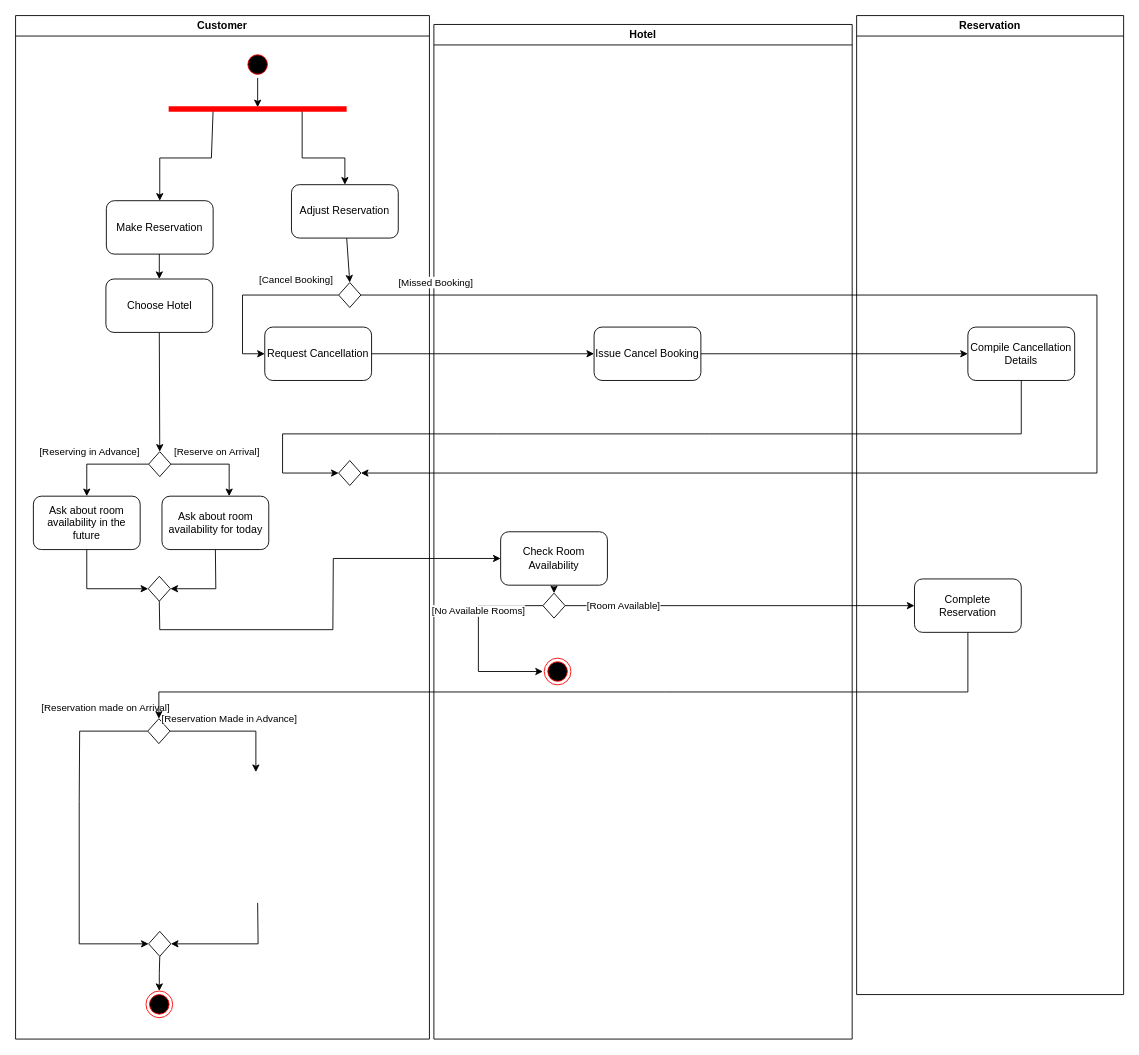
The draw.io diagram week1/Assing2 Hotel Activity Diagram.drawio in Darren-ODonnell/BusinessModellingDiagrams, before the edit. Source tidied: cells renumbered, new cells numbered last; positions are measured from the earlier drawing's top-left corner, leaving out a move shared by most shapes. Both pictures are drawn from the tidied source at 89%, with x=0, y=0 at pixel (15, 15).
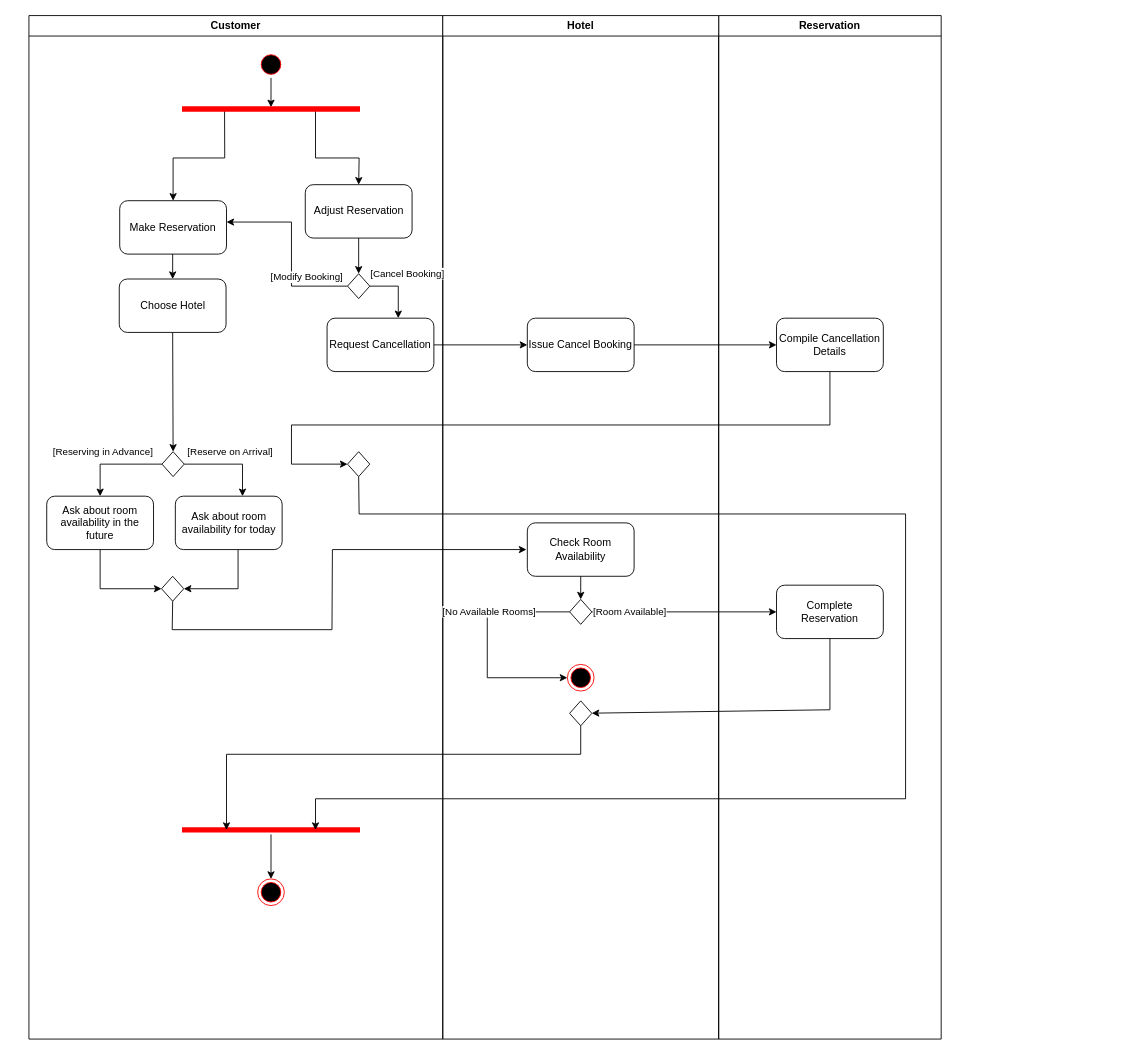
Above is the later version.

Unchanged cells that the change refers to:
```xml
<mxCell id="7" value="Ask about room availability for today" style="rounded=1;whiteSpace=wrap;html=1;" parent="2" vertex="1">
  <mxGeometry x="164.5" y="540" width="120" height="60" as="geometry" />
</mxCell>
<mxCell id="17" style="rhombus;whiteSpace=wrap;html=1;" parent="2" vertex="1">
  <mxGeometry x="149" y="630" width="25" height="28" as="geometry" />
</mxCell>
<mxCell id="25" style="shape=line;html=1;strokeWidth=6;strokeColor=#ff0000;" parent="2" vertex="1">
  <mxGeometry x="172" y="100" width="200" height="10" as="geometry" />
</mxCell>
<mxCell id="26" value="Make Reservation" style="rounded=1;whiteSpace=wrap;html=1;" parent="2" vertex="1">
  <mxGeometry x="102" y="208" width="120" height="60" as="geometry" />
</mxCell>
<mxCell id="32" style="rhombus;whiteSpace=wrap;html=1;" parent="31" vertex="1">
  <mxGeometry x="-107" y="290" width="25" height="28" as="geometry" />
</mxCell>
<mxCell id="33" style="rhombus;whiteSpace=wrap;html=1;" parent="31" vertex="1">
  <mxGeometry x="-107" y="490" width="25" height="28" as="geometry" />
</mxCell>
```

Change to the diagram source:
```diff
@@
     <mxCell id="2" value="Customer" style="swimlane;whiteSpace=wrap;" parent="1" vertex="1">
-      <mxGeometry width="465" height="1150" as="geometry" />
+      <mxGeometry x="15" width="465" height="1150" as="geometry" />
     </mxCell>
@@
-    <mxCell id="6" style="edgeStyle=none;rounded=0;jettySize=auto;html=1;exitX=0.5;exitY=1;exitDx=0;exitDy=0;entryX=1;entryY=0.5;entryDx=0;entryDy=0;" parent="2" edge="1" source="7" target="17">
+    <mxCell id="6" style="edgeStyle=none;rounded=0;jettySize=auto;html=1;entryX=1;entryY=0.5;entryDx=0;entryDy=0;" parent="2" edge="1" target="17">
       <mxGeometry relative="1" as="geometry">
+        <mxPoint x="235" y="600" as="sourcePoint" />
         <Array as="points">
-          <mxPoint x="225" y="644" />
+          <mxPoint x="235" y="644" />
         </Array>
       </mxGeometry>
     </mxCell>
@@
-    <mxCell id="15" style="ellipse;html=1;shape=endState;fillColor=#000000;strokeColor=#ff0000;" parent="2" vertex="1">
-      <mxGeometry x="146.5" y="1096" width="30" height="30" as="geometry" />
-    </mxCell>
-    <mxCell id="16" style="rhombus;whiteSpace=wrap;html=1;" parent="2" vertex="1">
-      <mxGeometry x="148.5" y="790" width="25" height="28" as="geometry" />
-    </mxCell>
@@
-    <mxCell id="18" value="[Reservation made on Arrival]" style="edgeStyle=none;rounded=0;jettySize=auto;html=1;exitX=0;exitY=0.5;exitDx=0;exitDy=0;entryX=0;entryY=0.5;entryDx=0;entryDy=0;" parent="2" edge="1" source="16" target="21">
-      <mxGeometry x="-0.69" y="-13" relative="1" as="geometry">
-        <Array as="points">
-          <mxPoint x="72" y="804" />
-          <mxPoint x="71.5" y="883" />
-          <mxPoint x="71.5" y="1043" />
-        </Array>
-        <mxPoint x="13" y="-13" as="offset" />
-      </mxGeometry>
-    </mxCell>
-    <mxCell id="19" value="[Reservation Made in Advance]" style="edgeStyle=none;rounded=0;jettySize=auto;html=1;exitX=1;exitY=0.5;exitDx=0;exitDy=0;" parent="2" edge="1" source="16">
-      <mxGeometry x="-0.07" y="14" relative="1" as="geometry">
-        <mxPoint x="270" y="850" as="targetPoint" />
-        <Array as="points">
-          <mxPoint x="270" y="804" />
-        </Array>
-      </mxGeometry>
-    </mxCell>
-    <mxCell id="20" style="edgeStyle=none;rounded=0;jettySize=auto;html=1;exitX=0.5;exitY=1;exitDx=0;exitDy=0;entryX=0.5;entryY=0;entryDx=0;entryDy=0;" parent="2" edge="1" source="21" target="15">
-      <mxGeometry relative="1" as="geometry">
-        <Array as="points">
-          <mxPoint x="161.5" y="1076" />
-        </Array>
-      </mxGeometry>
-    </mxCell>
-    <mxCell id="21" style="rhombus;whiteSpace=wrap;html=1;" parent="2" vertex="1">
-      <mxGeometry x="149.5" y="1029" width="25" height="28" as="geometry" />
-    </mxCell>
-    <mxCell id="22" style="edgeStyle=none;rounded=0;jettySize=auto;html=1;exitX=0.5;exitY=1;exitDx=0;exitDy=0;entryX=1;entryY=0.5;entryDx=0;entryDy=0;" parent="2" edge="1" target="21">
-      <mxGeometry relative="1" as="geometry">
-        <mxPoint x="272" y="997" as="sourcePoint" />
-        <Array as="points">
-          <mxPoint x="272.5" y="1043" />
-        </Array>
-      </mxGeometry>
-    </mxCell>
-    <mxCell id="23" style="edgeStyle=none;rounded=0;jettySize=auto;html=1;exitX=0.25;exitY=0.5;exitDx=0;exitDy=0;exitPerimeter=0;entryX=0.5;entryY=0;entryDx=0;entryDy=0;" parent="2" edge="1" source="25" target="26">
+    <mxCell id="23" style="edgeStyle=none;rounded=0;jettySize=auto;html=1;exitX=0.239;exitY=0.389;exitDx=0;exitDy=0;exitPerimeter=0;entryX=0.5;entryY=0;entryDx=0;entryDy=0;" parent="2" edge="1" source="25" target="26">
       <mxGeometry relative="1" as="geometry">
         <Array as="points">
           <mxPoint x="220" y="160" />
           <mxPoint x="162" y="160" />
         </Array>
       </mxGeometry>
     </mxCell>
     <mxCell id="24" style="edgeStyle=none;rounded=0;jettySize=auto;html=1;exitX=0.75;exitY=0.5;exitDx=0;exitDy=0;exitPerimeter=0;entryX=0.5;entryY=0;entryDx=0;entryDy=0;" parent="2" edge="1" source="25" target="27">
       <mxGeometry relative="1" as="geometry">
         <Array as="points">
           <mxPoint x="322" y="160" />
-          <mxPoint x="370" y="160" />
+          <mxPoint x="371" y="160" />
         </Array>
       </mxGeometry>
     </mxCell>
@@
     <mxCell id="27" value="Adjust Reservation" style="rounded=1;whiteSpace=wrap;html=1;" parent="2" vertex="1">
-      <mxGeometry x="310" y="190" width="120" height="60" as="geometry" />
+      <mxGeometry x="310.5" y="190" width="120" height="60" as="geometry" />
     </mxCell>
+    <mxCell id="50" style="edgeStyle=none;rounded=0;jettySize=auto;html=1;entryX=0.5;entryY=0;entryDx=0;entryDy=0;" parent="2" edge="1" source="51" target="52">
+      <mxGeometry relative="1" as="geometry" />
+    </mxCell>
+    <mxCell id="51" style="shape=line;html=1;strokeWidth=6;strokeColor=#ff0000;" parent="2" vertex="1">
+      <mxGeometry x="172" y="910" width="200" height="10" as="geometry" />
+    </mxCell>
+    <mxCell id="52" style="ellipse;html=1;shape=endState;fillColor=#000000;strokeColor=#ff0000;" parent="2" vertex="1">
+      <mxGeometry x="257" y="970" width="30" height="30" as="geometry" />
+    </mxCell>
+    <mxCell id="35" value="Request Cancellation" style="rounded=1;whiteSpace=wrap;html=1;" parent="2" vertex="1">
+      <mxGeometry x="335" y="340" width="120" height="60" as="geometry" />
+    </mxCell>
-    <mxCell id="28" style="edgeStyle=none;rounded=0;jettySize=auto;html=1;exitX=0.5;exitY=1;exitDx=0;exitDy=0;entryX=0;entryY=0.5;entryDx=0;entryDy=0;" parent="1" edge="1" source="17" target="44">
+    <mxCell id="28" style="edgeStyle=none;rounded=0;jettySize=auto;html=1;entryX=0;entryY=0.5;entryDx=0;entryDy=0;exitX=0.5;exitY=1;exitDx=0;exitDy=0;" parent="1" edge="1" source="17">
       <mxGeometry relative="1" as="geometry">
+        <mxPoint x="574" y="600" as="targetPoint" />
         <Array as="points">
-          <mxPoint x="162" y="690" />
-          <mxPoint x="356.5" y="690" />
-          <mxPoint x="357" y="610" />
+          <mxPoint x="176" y="690" />
+          <mxPoint x="355.5" y="690" />
+          <mxPoint x="356" y="600" />
         </Array>
       </mxGeometry>
     </mxCell>
     <mxCell id="29" value="Reservation" style="swimlane;whiteSpace=wrap;" parent="1" vertex="1">
-      <mxGeometry x="945" width="300" height="1100" as="geometry" />
+      <mxGeometry x="790" width="250" height="1150" as="geometry" />
     </mxCell>
-    <mxCell id="30" style="edgeStyle=none;rounded=0;jettySize=auto;html=1;exitX=0.5;exitY=1;exitDx=0;exitDy=0;entryX=0.5;entryY=0;entryDx=0;entryDy=0;" parent="1" edge="1" source="42" target="16">
-      <mxGeometry relative="1" as="geometry">
-        <Array as="points">
-          <mxPoint x="1070" y="760" />
-          <mxPoint x="730" y="760" />
-          <mxPoint x="161" y="760" />
-        </Array>
-      </mxGeometry>
-    </mxCell>
+    <mxCell id="37" value="Compile Cancellation Details" style="rounded=1;whiteSpace=wrap;html=1;" parent="29" vertex="1">
+      <mxGeometry x="65" y="340" width="120" height="60" as="geometry" />
+    </mxCell>
+    <mxCell id="42" value="Complete Reservation" style="rounded=1;whiteSpace=wrap;html=1;" parent="29" vertex="1">
+      <mxGeometry x="65" y="640" width="120" height="60" as="geometry" />
+    </mxCell>
     <mxCell id="31" value="Hotel" style="swimlane;whiteSpace=wrap;startSize=23;" parent="1" vertex="1">
-      <mxGeometry x="470" y="10" width="470" height="1140" as="geometry" />
+      <mxGeometry x="480" width="310" height="1150" as="geometry" />
     </mxCell>
@@
-    <mxCell id="34" value="[Missed Booking]" style="edgeStyle=none;rounded=0;jettySize=auto;html=1;exitX=1;exitY=0.5;exitDx=0;exitDy=0;entryX=1;entryY=0.5;entryDx=0;entryDy=0;" parent="31" edge="1" source="32" target="33">
-      <mxGeometry x="-0.91" y="14" relative="1" as="geometry">
-        <Array as="points">
-          <mxPoint x="745" y="304" />
-          <mxPoint x="745" y="504" />
-        </Array>
-        <mxPoint x="1" as="offset" />
-      </mxGeometry>
-    </mxCell>
-    <mxCell id="35" value="Request Cancellation" style="rounded=1;whiteSpace=wrap;html=1;" parent="31" vertex="1">
-      <mxGeometry x="-190" y="340" width="120" height="60" as="geometry" />
-    </mxCell>
+    <mxCell id="40" value="Issue Cancel Booking" style="rounded=1;whiteSpace=wrap;html=1;" parent="31" vertex="1">
+      <mxGeometry x="95" y="340" width="120" height="60" as="geometry" />
+    </mxCell>
+    <mxCell id="44" value="Check Room Availability" style="rounded=1;whiteSpace=wrap;html=1;" parent="31" vertex="1">
+      <mxGeometry x="95" y="570" width="120" height="60" as="geometry" />
+    </mxCell>
+    <mxCell id="53" style="rhombus;whiteSpace=wrap;html=1;" parent="31" vertex="1">
+      <mxGeometry x="142.5" y="770" width="25" height="28" as="geometry" />
+    </mxCell>
+    <mxCell id="46" style="rhombus;whiteSpace=wrap;html=1;" parent="31" vertex="1">
+      <mxGeometry x="142.5" y="656" width="25" height="28" as="geometry" />
+    </mxCell>
+    <mxCell id="43" style="edgeStyle=none;rounded=0;jettySize=auto;html=1;exitX=0.5;exitY=1;exitDx=0;exitDy=0;entryX=0.5;entryY=0;entryDx=0;entryDy=0;" parent="31" edge="1" source="44" target="46">
+      <mxGeometry relative="1" as="geometry" />
+    </mxCell>
+    <mxCell id="47" style="ellipse;html=1;shape=endState;fillColor=#000000;strokeColor=#ff0000;" parent="31" vertex="1">
+      <mxGeometry x="140" y="729" width="30" height="30" as="geometry" />
+    </mxCell>
+    <mxCell id="45" value="[No Available Rooms]" style="edgeStyle=none;rounded=0;jettySize=auto;html=1;exitX=0;exitY=0.5;exitDx=0;exitDy=0;entryX=0;entryY=0.5;entryDx=0;entryDy=0;" parent="31" edge="1" source="46" target="47">
+      <mxGeometry x="-0.29" relative="1" as="geometry">
+        <Array as="points">
+          <mxPoint x="50" y="670" />
+          <mxPoint x="50" y="744" />
+          <mxPoint x="90" y="744" />
+        </Array>
+      </mxGeometry>
+    </mxCell>
+    <mxCell id="49" style="edgeStyle=none;rounded=0;jettySize=auto;html=1;entryX=0.5;entryY=0;entryDx=0;entryDy=0;" parent="1" edge="1" source="27" target="32">
+      <mxGeometry relative="1" as="geometry" />
+    </mxCell>
+    <mxCell id="54" style="edgeStyle=none;rounded=0;orthogonalLoop=1;jettySize=auto;html=1;exitX=0.5;exitY=1;exitDx=0;exitDy=0;entryX=0.75;entryY=0.5;entryDx=0;entryDy=0;entryPerimeter=0;" parent="1" edge="1">
+      <mxGeometry relative="1" as="geometry">
+        <mxPoint x="385.5" y="518" as="sourcePoint" />
+        <mxPoint x="337" y="915" as="targetPoint" />
+        <Array as="points">
+          <mxPoint x="386" y="560" />
+          <mxPoint x="1000" y="560" />
+          <mxPoint x="1000" y="880" />
+          <mxPoint x="337" y="880" />
+        </Array>
+      </mxGeometry>
+    </mxCell>
+    <mxCell id="55" style="edgeStyle=none;rounded=0;jettySize=auto;html=1;exitX=0.5;exitY=1;exitDx=0;exitDy=0;entryX=0.25;entryY=0.5;entryDx=0;entryDy=0;entryPerimeter=0;" parent="1" edge="1" source="53" target="51">
+      <mxGeometry relative="1" as="geometry">
+        <Array as="points">
+          <mxPoint x="635" y="830" />
+          <mxPoint x="237" y="830" />
+        </Array>
+      </mxGeometry>
+    </mxCell>
+    <mxCell id="38" style="edgeStyle=none;rounded=0;jettySize=auto;html=1;exitX=0.5;exitY=1;exitDx=0;exitDy=0;entryX=0;entryY=0.5;entryDx=0;entryDy=0;" parent="1" edge="1" source="37" target="33">
+      <mxGeometry relative="1" as="geometry">
+        <Array as="points">
+          <mxPoint x="915" y="460" />
+          <mxPoint x="790" y="460" />
+          <mxPoint x="550" y="460" />
+          <mxPoint x="310" y="460" />
+          <mxPoint x="310" y="504" />
+        </Array>
+      </mxGeometry>
+    </mxCell>
+    <mxCell id="41" style="edgeStyle=none;rounded=0;jettySize=auto;html=1;exitX=1;exitY=0.5;exitDx=0;exitDy=0;entryX=0;entryY=0.5;entryDx=0;entryDy=0;" parent="1" edge="1" source="40" target="37">
+      <mxGeometry relative="1" as="geometry" />
+    </mxCell>
+    <mxCell id="48" value="[Room Available]" style="edgeStyle=none;rounded=0;jettySize=auto;html=1;entryX=0;entryY=0.5;entryDx=0;entryDy=0;exitX=1;exitY=0.5;exitDx=0;exitDy=0;" parent="1" edge="1" source="46" target="42">
+      <mxGeometry x="-0.75" y="-16" relative="1" as="geometry">
+        <Array as="points">
+          <mxPoint x="730" y="670" />
+        </Array>
+        <mxPoint x="16" y="-16" as="offset" />
+      </mxGeometry>
+    </mxCell>
+    <mxCell id="56" style="edgeStyle=none;rounded=0;jettySize=auto;html=1;exitX=0.5;exitY=1;exitDx=0;exitDy=0;" parent="1" edge="1" source="42" target="53">
+      <mxGeometry relative="1" as="geometry">
+        <Array as="points">
+          <mxPoint x="915" y="780" />
+        </Array>
+      </mxGeometry>
+    </mxCell>
+    <mxCell id="39" style="edgeStyle=none;rounded=0;jettySize=auto;html=1;exitX=1;exitY=0.5;exitDx=0;exitDy=0;entryX=0;entryY=0.5;entryDx=0;entryDy=0;" parent="1" edge="1" source="35" target="40">
+      <mxGeometry relative="1" as="geometry" />
+    </mxCell>
-    <mxCell id="36" value="[Cancel Booking]" style="edgeStyle=none;rounded=0;jettySize=auto;html=1;exitX=0;exitY=0.5;exitDx=0;exitDy=0;entryX=0;entryY=0.5;entryDx=0;entryDy=0;" parent="31" edge="1" source="32" target="35">
-      <mxGeometry x="-0.52" y="-17" relative="1" as="geometry">
+    <mxCell id="36" value="[Cancel Booking]" style="edgeStyle=none;rounded=0;jettySize=auto;html=1;exitX=1;exitY=0.5;exitDx=0;exitDy=0;" parent="1" edge="1" source="32">
+      <mxGeometry x="-0.06" y="17" relative="1" as="geometry">
+        <mxPoint x="430" y="340" as="targetPoint" />
         <Array as="points">
-          <mxPoint x="-215" y="304" />
-          <mxPoint x="-215" y="370" />
+          <mxPoint x="430" y="304" />
         </Array>
+        <mxPoint x="-7" y="-14" as="offset" />
       </mxGeometry>
     </mxCell>
-    <mxCell id="37" value="Compile Cancellation Details" style="rounded=1;whiteSpace=wrap;html=1;" parent="31" vertex="1">
-      <mxGeometry x="600" y="340" width="120" height="60" as="geometry" />
-    </mxCell>
-    <mxCell id="38" style="edgeStyle=none;rounded=0;jettySize=auto;html=1;exitX=0.5;exitY=1;exitDx=0;exitDy=0;entryX=0;entryY=0.5;entryDx=0;entryDy=0;" parent="31" edge="1" source="37" target="33">
-      <mxGeometry relative="1" as="geometry">
-        <Array as="points">
-          <mxPoint x="660" y="460" />
-          <mxPoint x="310" y="460" />
-          <mxPoint x="70" y="460" />
-          <mxPoint x="-170" y="460" />
-          <mxPoint x="-170" y="504" />
-        </Array>
-      </mxGeometry>
-    </mxCell>
-    <mxCell id="39" style="edgeStyle=none;rounded=0;jettySize=auto;html=1;exitX=1;exitY=0.5;exitDx=0;exitDy=0;entryX=0;entryY=0.5;entryDx=0;entryDy=0;" parent="31" edge="1" source="35" target="40">
-      <mxGeometry relative="1" as="geometry" />
-    </mxCell>
-    <mxCell id="40" value="Issue Cancel Booking" style="rounded=1;whiteSpace=wrap;html=1;" parent="31" vertex="1">
-      <mxGeometry x="180" y="340" width="120" height="60" as="geometry" />
-    </mxCell>
-    <mxCell id="41" style="edgeStyle=none;rounded=0;jettySize=auto;html=1;exitX=1;exitY=0.5;exitDx=0;exitDy=0;entryX=0;entryY=0.5;entryDx=0;entryDy=0;" parent="31" edge="1" source="40" target="37">
-      <mxGeometry relative="1" as="geometry" />
-    </mxCell>
-    <mxCell id="42" value="Complete Reservation" style="rounded=1;whiteSpace=wrap;html=1;" parent="31" vertex="1">
-      <mxGeometry x="540" y="623" width="120" height="60" as="geometry" />
-    </mxCell>
-    <mxCell id="43" style="edgeStyle=none;rounded=0;jettySize=auto;html=1;exitX=0.5;exitY=1;exitDx=0;exitDy=0;entryX=0.5;entryY=0;entryDx=0;entryDy=0;" parent="31" edge="1" source="44" target="46">
-      <mxGeometry relative="1" as="geometry" />
-    </mxCell>
-    <mxCell id="44" value="Check Room Availability" style="rounded=1;whiteSpace=wrap;html=1;" parent="31" vertex="1">
-      <mxGeometry x="75" y="570" width="120" height="60" as="geometry" />
-    </mxCell>
-    <mxCell id="45" value="[No Available Rooms]" style="edgeStyle=none;rounded=0;jettySize=auto;html=1;exitX=0;exitY=0.5;exitDx=0;exitDy=0;entryX=0;entryY=0.5;entryDx=0;entryDy=0;" parent="31" edge="1" source="46">
-      <mxGeometry x="-0.29" relative="1" as="geometry">
-        <mxPoint x="122.5" y="727" as="targetPoint" />
-        <Array as="points">
-          <mxPoint x="50" y="653" />
-          <mxPoint x="50" y="727" />
-          <mxPoint x="90" y="727" />
-        </Array>
-      </mxGeometry>
-    </mxCell>
-    <mxCell id="46" style="rhombus;whiteSpace=wrap;html=1;" parent="31" vertex="1">
-      <mxGeometry x="122.5" y="639" width="25" height="28" as="geometry" />
-    </mxCell>
-    <mxCell id="47" style="ellipse;html=1;shape=endState;fillColor=#000000;strokeColor=#ff0000;" parent="31" vertex="1">
-      <mxGeometry x="124" y="712" width="30" height="30" as="geometry" />
-    </mxCell>
-    <mxCell id="48" value="[Room Available]" style="edgeStyle=none;rounded=0;jettySize=auto;html=1;entryX=0;entryY=0.5;entryDx=0;entryDy=0;exitX=1;exitY=0.5;exitDx=0;exitDy=0;" parent="31" edge="1" source="46" target="42">
-      <mxGeometry x="-0.75" y="-16" relative="1" as="geometry">
-        <Array as="points">
-          <mxPoint x="250" y="653" />
-        </Array>
-        <mxPoint x="16" y="-16" as="offset" />
-      </mxGeometry>
-    </mxCell>
-    <mxCell id="49" style="edgeStyle=none;rounded=0;jettySize=auto;html=1;entryX=0.5;entryY=0;entryDx=0;entryDy=0;" parent="1" edge="1" source="27" target="32">
-      <mxGeometry relative="1" as="geometry" />
-    </mxCell>
+    <mxCell id="57" style="edgeStyle=none;rounded=0;orthogonalLoop=1;jettySize=auto;html=1;entryX=1;entryY=0.5;entryDx=0;entryDy=0;" parent="1" edge="1">
+      <mxGeometry relative="1" as="geometry">
+        <mxPoint x="373" y="304" as="sourcePoint" />
+        <mxPoint x="237" y="232" as="targetPoint" />
+        <Array as="points">
+          <mxPoint x="310" y="304" />
+          <mxPoint x="310" y="294" />
+          <mxPoint x="310" y="232" />
+        </Array>
+      </mxGeometry>
+    </mxCell>
+    <mxCell id="58" value="[Modify Booking]" style="edgeLabel;html=1;align=center;verticalAlign=middle;" parent="57" vertex="1">
+      <mxGeometry x="-0.58" y="-1" relative="1" as="geometry">
+        <mxPoint x="-3" y="-10" as="offset" />
+      </mxGeometry>
+    </mxCell>
```
